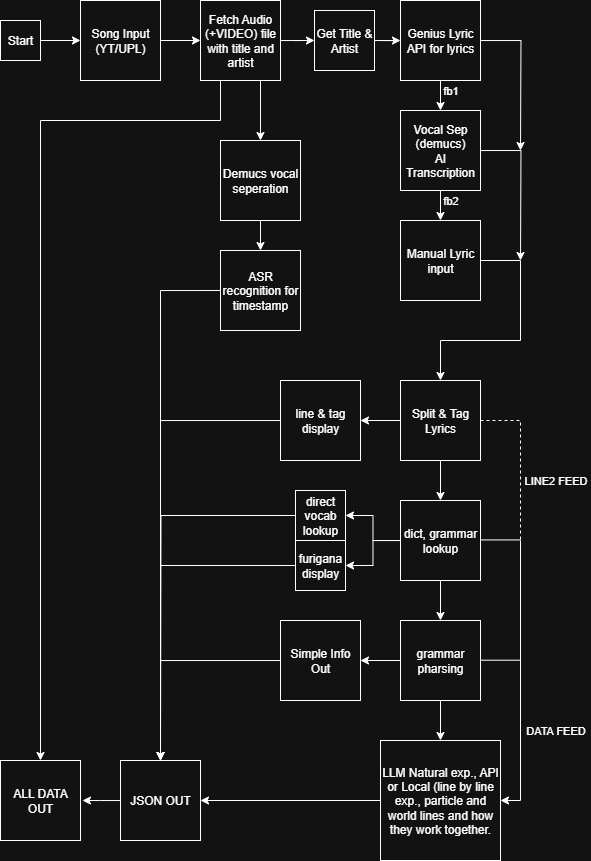
Before: docs/flowchart backend.png, a diagram exported from draw.io (marb17/miraa-alternative). Source tidied: cells renumbered, new cells last; positions are measured from the earlier drawing's top-left corner, leaving out a move shared by most shapes.
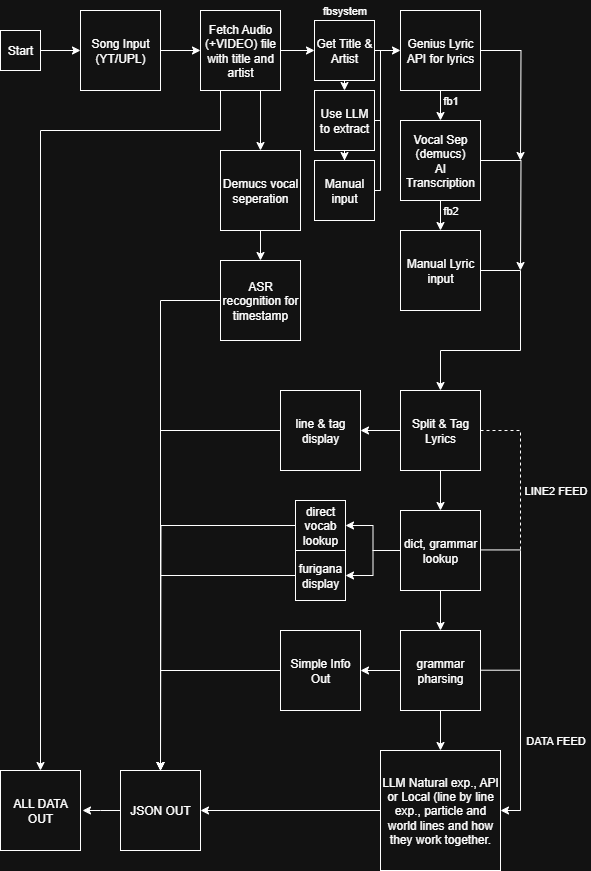
After the change.

What changed in the source:
```diff
@@ -26,6 +26,9 @@
     <mxCell id="9" style="edgeStyle=orthogonalEdgeStyle;rounded=0;jettySize=auto;html=1;" parent="1" edge="1" source="10" target="14">
       <mxGeometry relative="1" as="geometry" />
     </mxCell>
+    <mxCell id="61" style="edgeStyle=orthogonalEdgeStyle;rounded=0;jettySize=auto;html=1;exitX=0.5;exitY=1;exitDx=0;exitDy=0;entryX=0.5;entryY=0;entryDx=0;entryDy=0;" parent="1" edge="1" source="10" target="63">
+      <mxGeometry relative="1" as="geometry" />
+    </mxCell>
     <mxCell id="10" value="Get Title &amp;amp; Artist" style="whiteSpace=wrap;html=1;" parent="1" vertex="1">
       <mxGeometry x="314" y="10" width="60" height="60" as="geometry" />
     </mxCell>
@@ -225,5 +228,30 @@
     <mxCell id="60" value="fb2" style="text;strokeColor=none;fillColor=none;html=1;fontSize=11;fontStyle=0;verticalAlign=middle;align=center;" parent="1" vertex="1">
       <mxGeometry x="440" y="190" width="20" height="20" as="geometry" />
     </mxCell>
+    <mxCell id="62" style="edgeStyle=orthogonalEdgeStyle;rounded=0;jettySize=auto;html=1;entryX=0.5;entryY=0;entryDx=0;entryDy=0;" parent="1" edge="1" source="63" target="64">
+      <mxGeometry relative="1" as="geometry" />
+    </mxCell>
+    <mxCell id="63" value="Use LLM to extract" style="whiteSpace=wrap;html=1;" parent="1" vertex="1">
+      <mxGeometry x="314" y="80" width="60" height="60" as="geometry" />
+    </mxCell>
+    <mxCell id="64" value="Manual input" style="whiteSpace=wrap;html=1;" parent="1" vertex="1">
+      <mxGeometry x="314" y="150" width="60" height="60" as="geometry" />
+    </mxCell>
+    <mxCell id="65" style="endArrow=none;html=1;rounded=0;exitX=1;exitY=0.5;exitDx=0;exitDy=0;" parent="1" edge="1" source="63">
+      <mxGeometry relative="1" as="geometry">
+        <mxPoint x="380" y="110" as="targetPoint" />
+      </mxGeometry>
+    </mxCell>
+    <mxCell id="66" style="endArrow=none;html=1;rounded=0;exitX=1;exitY=0.5;exitDx=0;exitDy=0;" parent="1" edge="1" source="64">
+      <mxGeometry relative="1" as="geometry">
+        <mxPoint x="380" y="40" as="targetPoint" />
+        <Array as="points">
+          <mxPoint x="380" y="180" />
+        </Array>
+      </mxGeometry>
+    </mxCell>
+    <mxCell id="67" value="fbsystem" style="text;strokeColor=none;fillColor=none;html=1;fontSize=11;fontStyle=0;verticalAlign=middle;align=center;" parent="1" vertex="1">
+      <mxGeometry x="334" y="-10" width="20" height="20" as="geometry" />
+    </mxCell>
   </root>
 </mxGraphModel>
```
